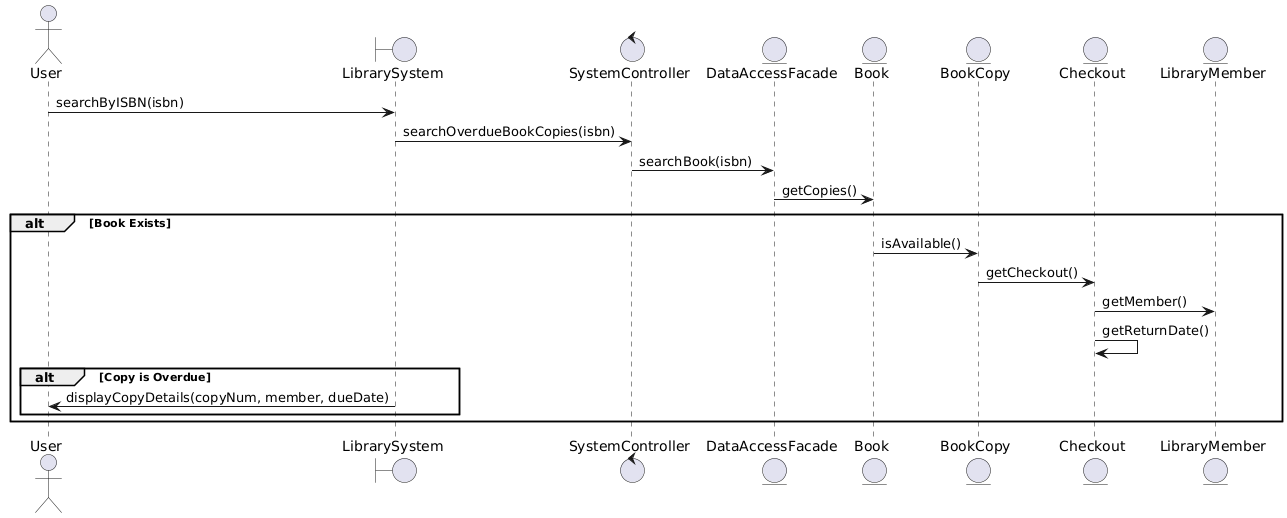
Above: src/uml/seq3-opt.png in mohammed-almassri/LibraryGroupD (PlantUML), before the change.
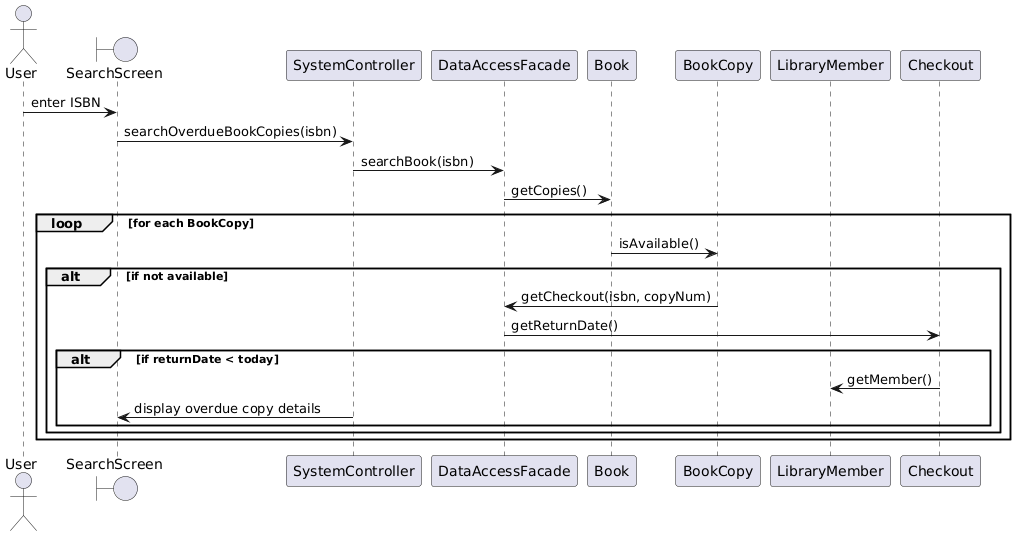
After the change.

Commit message:
seq3 opt

Diff of the diagram source:
```diff
@@ -1,28 +1,28 @@
 @startuml
 actor User
 
-boundary "LibrarySystem" as ls
-control "SystemController" as sc
-entity "DataAccessFacade" as da
-entity "Book" as b
-entity "BookCopy" as bc
-entity "Checkout" as co
-entity "LibraryMember" as lm
+boundary SearchScreen
+participant SystemController
+participant DataAccessFacade
+participant Book
+participant BookCopy
+participant LibraryMember
+participant Checkout
 
-User -> ls: searchByISBN(isbn)
-ls -> sc: searchOverdueBookCopies(isbn)
+User -> SearchScreen: enter ISBN
+SearchScreen -> SystemController: searchOverdueBookCopies(isbn)
+SystemController -> DataAccessFacade: searchBook(isbn)
+DataAccessFacade -> Book: getCopies()
 
-sc -> da: searchBook(isbn)
-da -> b: getCopies()
-
-alt Book Exists
-    b -> bc: isAvailable()
-    bc -> co: getCheckout()
-    co -> lm: getMember()
-    co -> co: getReturnDate()
-
-    alt Copy is Overdue
-        ls -> User: displayCopyDetails(copyNum, member, dueDate)
+loop for each BookCopy
+    Book -> BookCopy: isAvailable()
+    alt if not available
+        BookCopy -> DataAccessFacade: getCheckout(isbn, copyNum)
+        DataAccessFacade -> Checkout: getReturnDate()
+        alt if returnDate < today
+            Checkout -> LibraryMember: getMember()
+            SystemController -> SearchScreen: display overdue copy details
+        end
     end
 end
 @enduml
```
